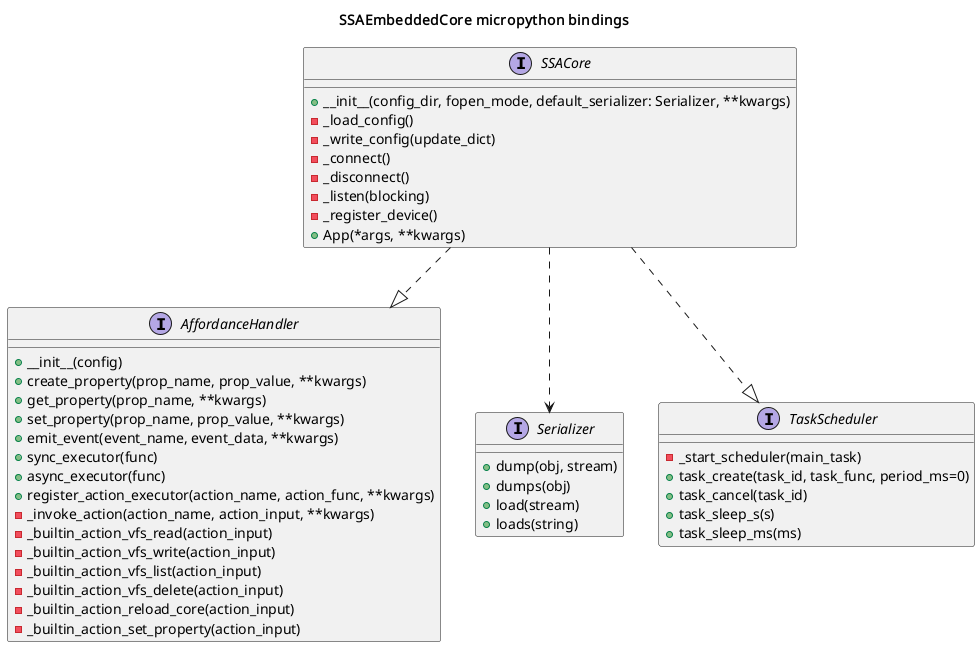
The PlantUML diagram EmbeddedCore/api/micropython/uml/class_diagram.png in les2feup/CityLink, before a commit. The source it was exported from:
```plantuml
@startuml

title SSAEmbeddedCore micropython bindings

interface AffordanceHandler {
  +__init__(config)
  +create_property(prop_name, prop_value, **kwargs)
  +get_property(prop_name, **kwargs)
  +set_property(prop_name, prop_value, **kwargs)
  +emit_event(event_name, event_data, **kwargs)
  +sync_executor(func)
  +async_executor(func)
  +register_action_executor(action_name, action_func, **kwargs)
  -_invoke_action(action_name, action_input, **kwargs)
  -_builtin_action_vfs_read(action_input)
  -_builtin_action_vfs_write(action_input)
  -_builtin_action_vfs_list(action_input)
  -_builtin_action_vfs_delete(action_input)
  -_builtin_action_reload_core(action_input)
  -_builtin_action_set_property(action_input)
}

interface Serializer {
  +dump(obj, stream)
  +dumps(obj)
  +load(stream)
  +loads(string)
}

interface TaskScheduler {
  -_start_scheduler(main_task)
  +task_create(task_id, task_func, period_ms=0)
  +task_cancel(task_id)
  +task_sleep_s(s)
  +task_sleep_ms(ms)
}

Interface SSACore {
  +__init__(config_dir, fopen_mode, default_serializer: Serializer, **kwargs)
  -_load_config()
  -_write_config(update_dict)
  -_connect()
  -_disconnect()
  -_listen(blocking)
  -_register_device()
  +App(*args, **kwargs)
}

SSACore ..|> AffordanceHandler
SSACore ..|> TaskScheduler
SSACore ..> Serializer

@enduml
```
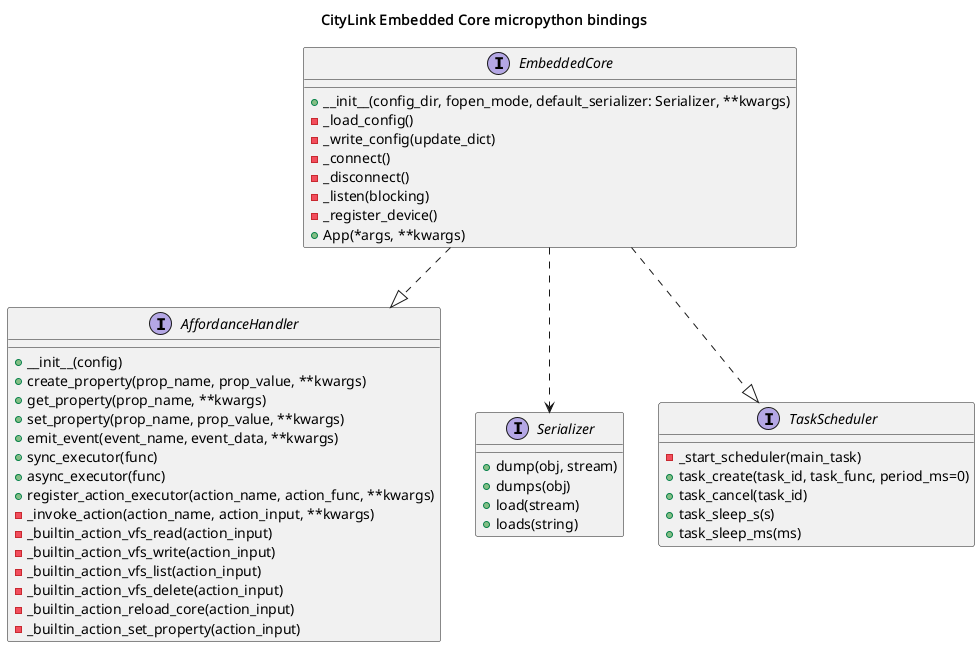
The same file after the commit.

Change to the diagram source:
```diff
@@ -1,6 +1,6 @@
 @startuml
 
-title SSAEmbeddedCore micropython bindings
+title CityLink Embedded Core micropython bindings
 
 interface AffordanceHandler {
   +__init__(config)
@@ -35,7 +35,7 @@
   +task_sleep_ms(ms)
 }
 
-Interface SSACore {
+Interface EmbeddedCore {
   +__init__(config_dir, fopen_mode, default_serializer: Serializer, **kwargs)
   -_load_config()
   -_write_config(update_dict)
@@ -46,8 +46,8 @@
   +App(*args, **kwargs)
 }
 
-SSACore ..|> AffordanceHandler
-SSACore ..|> TaskScheduler
-SSACore ..> Serializer
+EmbeddedCore ..|> AffordanceHandler
+EmbeddedCore ..|> TaskScheduler
+EmbeddedCore ..> Serializer
 
 @enduml
```
